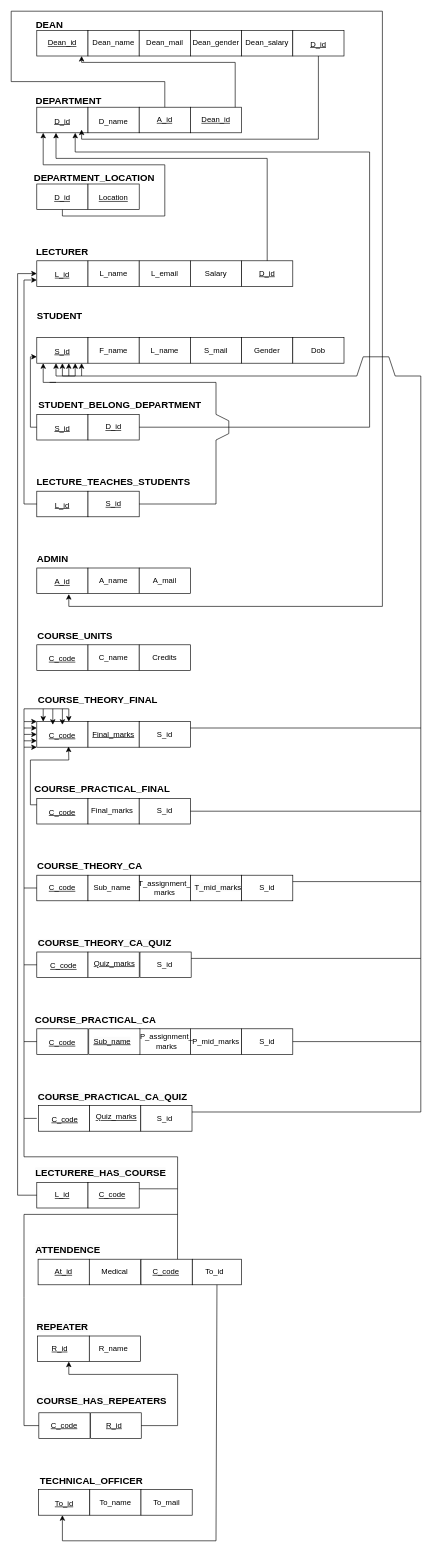
Above: Relational diagram/relationald.drawio in SamindikaLakshan/Database-mini-project (draw.io), before the change. Source tidied: cells renumbered, new cells numbered last; positions are measured from the earlier drawing's top-left corner, leaving out a move shared by most shapes. Both pictures are drawn from the tidied source at 64%, with x=0, y=0 at pixel (11, 11).
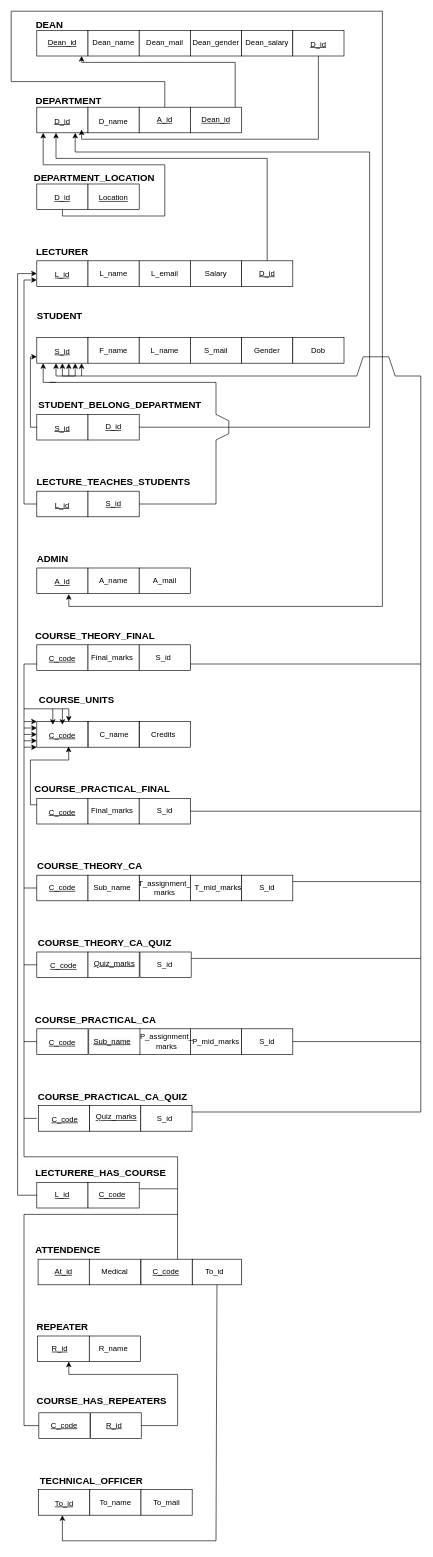
Above is the later version.

Unchanged cells that the change refers to:
```xml
<mxCell id="70" style="rounded=0;whiteSpace=wrap;html=1;fontSize=15;" parent="1" vertex="1">
  <mxGeometry x="40" y="990" width="80" height="40" as="geometry" />
</mxCell>
```

The edit, as a diff of the source:
```diff
@@
-    <mxCell id="69" value="&lt;font style=&quot;font-size: 15px;&quot;&gt;&lt;b&gt;COURSE_UNITS&lt;/b&gt;&lt;/font&gt;" style="text;html=1;strokeColor=none;fillColor=none;align=center;verticalAlign=middle;whiteSpace=wrap;rounded=0;fontSize=12;" parent="1" vertex="1">
-      <mxGeometry x="35" y="960" width="130" height="30" as="geometry" />
+    <mxCell id="69" value="&lt;b style=&quot;border-color: var(--border-color);&quot;&gt;&lt;font style=&quot;border-color: var(--border-color); font-size: 15px;&quot;&gt;COURSE_THEORY_FINAL&lt;/font&gt;&lt;/b&gt;" style="text;html=1;strokeColor=none;fillColor=none;align=center;verticalAlign=middle;whiteSpace=wrap;rounded=0;fontSize=12;" parent="1" vertex="1">
+      <mxGeometry x="66.2" y="960" width="130" height="30" as="geometry" />
     </mxCell>
@@
     <mxCell id="74" value="C_name" style="text;html=1;strokeColor=none;fillColor=none;align=center;verticalAlign=middle;whiteSpace=wrap;rounded=0;fontSize=12;" parent="1" vertex="1">
-      <mxGeometry x="130" y="995" width="60" height="30" as="geometry" />
+      <mxGeometry x="131.2" y="1115" width="60" height="30" as="geometry" />
     </mxCell>
     <mxCell id="75" value="Credits" style="text;html=1;strokeColor=none;fillColor=none;align=center;verticalAlign=middle;whiteSpace=wrap;rounded=0;fontSize=12;" parent="1" vertex="1">
-      <mxGeometry x="210" y="995" width="60" height="30" as="geometry" />
+      <mxGeometry x="208.2" y="1115" width="60" height="30" as="geometry" />
     </mxCell>
-    <mxCell id="76" value="&lt;b&gt;&lt;font style=&quot;font-size: 15px;&quot;&gt;COURSE_THEORY_FINAL&lt;/font&gt;&lt;/b&gt;" style="text;html=1;strokeColor=none;fillColor=none;align=center;verticalAlign=middle;whiteSpace=wrap;rounded=0;fontSize=12;" parent="1" vertex="1">
-      <mxGeometry x="38.2" y="1060" width="195" height="30" as="geometry" />
+    <mxCell id="76" value="&lt;b&gt;&lt;font style=&quot;font-size: 15px;&quot;&gt;COURSE_UNITS&lt;/font&gt;&lt;/b&gt;" style="text;html=1;strokeColor=none;fillColor=none;align=center;verticalAlign=middle;whiteSpace=wrap;rounded=0;fontSize=12;" parent="1" vertex="1">
+      <mxGeometry x="5" y="1060" width="195" height="30" as="geometry" />
     </mxCell>
@@
-    <mxCell id="78" style="rounded=0;whiteSpace=wrap;html=1;fontSize=12;" parent="1" vertex="1">
+    <mxCell id="78" style="rounded=0;whiteSpace=wrap;html=1;fontSize=12;fillColor=none;" parent="1" vertex="1">
       <mxGeometry x="120" y="1110" width="80" height="40" as="geometry" />
     </mxCell>
@@
-    <mxCell id="80" value="&lt;u&gt;Final_marks&lt;/u&gt;" style="text;html=1;strokeColor=none;fillColor=none;align=center;verticalAlign=middle;whiteSpace=wrap;rounded=0;fontSize=12;" parent="1" vertex="1">
-      <mxGeometry x="130" y="1115" width="60" height="30" as="geometry" />
-    </mxCell>
@@
-    <mxCell id="164" style="rounded=0;whiteSpace=wrap;html=1;fontSize=15;" parent="1" vertex="1">
+    <mxCell id="164" style="rounded=0;whiteSpace=wrap;html=1;fontSize=15;fillColor=none;" parent="1" vertex="1">
       <mxGeometry x="200" y="1110" width="80" height="40" as="geometry" />
     </mxCell>
@@
-    <mxCell id="170" value="S_id" style="text;html=1;strokeColor=none;fillColor=none;align=center;verticalAlign=middle;whiteSpace=wrap;rounded=0;" parent="1" vertex="1">
-      <mxGeometry x="210" y="1115" width="60" height="30" as="geometry" />
-    </mxCell>
@@
-    <mxCell id="224" style="endArrow=classic;html=1;rounded=0;" parent="1" edge="1">
-      <mxGeometry relative="1" as="geometry">
-        <mxPoint x="50" y="1090" as="sourcePoint" />
-        <mxPoint x="50" y="1110" as="targetPoint" />
-      </mxGeometry>
-    </mxCell>
@@
-    <mxCell id="240" style="endArrow=none;html=1;rounded=0;exitX=1;exitY=0.25;exitDx=0;exitDy=0;" parent="1" edge="1" source="164">
-      <mxGeometry relative="1" as="geometry">
-        <mxPoint x="640" y="1120" as="targetPoint" />
-      </mxGeometry>
-    </mxCell>
@@
+    <mxCell id="80" value="Final_marks" style="text;html=1;strokeColor=none;fillColor=none;align=center;verticalAlign=middle;whiteSpace=wrap;rounded=0;" parent="1" vertex="1">
+      <mxGeometry x="128" y="995" width="60" height="30" as="geometry" />
+    </mxCell>
+    <mxCell id="170" value="S_id" style="text;html=1;strokeColor=none;fillColor=none;align=center;verticalAlign=middle;whiteSpace=wrap;rounded=0;" parent="1" vertex="1">
+      <mxGeometry x="208" y="995" width="60" height="30" as="geometry" />
+    </mxCell>
+    <mxCell id="258" style="endArrow=none;html=1;rounded=0;" parent="1" edge="1">
+      <mxGeometry relative="1" as="geometry">
+        <mxPoint x="280" y="1020" as="sourcePoint" />
+        <mxPoint x="640" y="1020" as="targetPoint" />
+      </mxGeometry>
+    </mxCell>
+    <mxCell id="259" style="endArrow=none;html=1;rounded=0;" parent="1" edge="1">
+      <mxGeometry relative="1" as="geometry">
+        <mxPoint x="20" y="1090" as="sourcePoint" />
+        <mxPoint x="20" y="1020" as="targetPoint" />
+      </mxGeometry>
+    </mxCell>
+    <mxCell id="260" style="endArrow=none;html=1;rounded=0;entryX=0;entryY=0.75;entryDx=0;entryDy=0;" parent="1" edge="1" target="70">
+      <mxGeometry relative="1" as="geometry">
+        <mxPoint x="20" y="1020" as="sourcePoint" />
+      </mxGeometry>
+    </mxCell>
```
